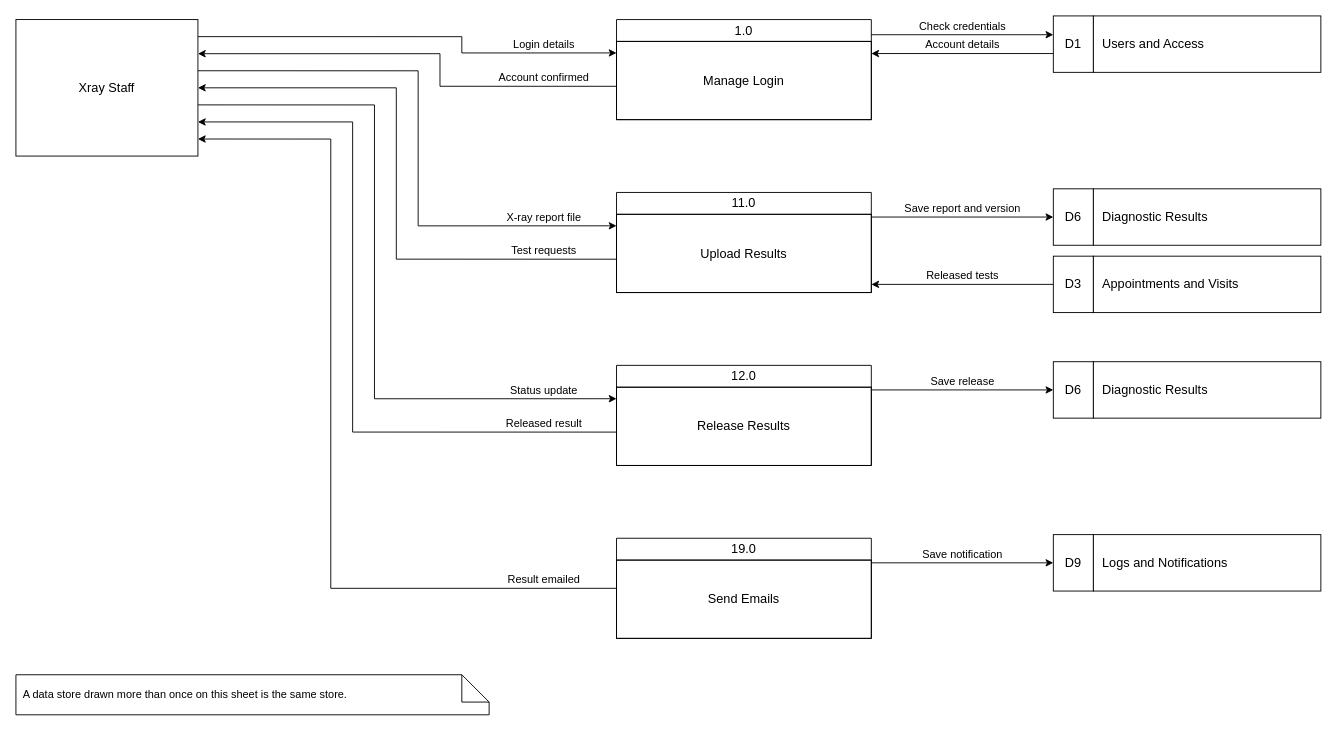
Before: page "Xray Staff" (7 of 8) of docs/diagrams/dfd-level1.drawio in Diazzzz-cpu/Enlogada-Clinic-Management-System, a draw.io diagram. Source tidied: cells renumbered, new cells numbered last; positions are measured from the earlier drawing's top-left corner, leaving out a move shared by most shapes. Both pictures are drawn from the tidied source at 91%, with x=0, y=0 at pixel (15, 15).
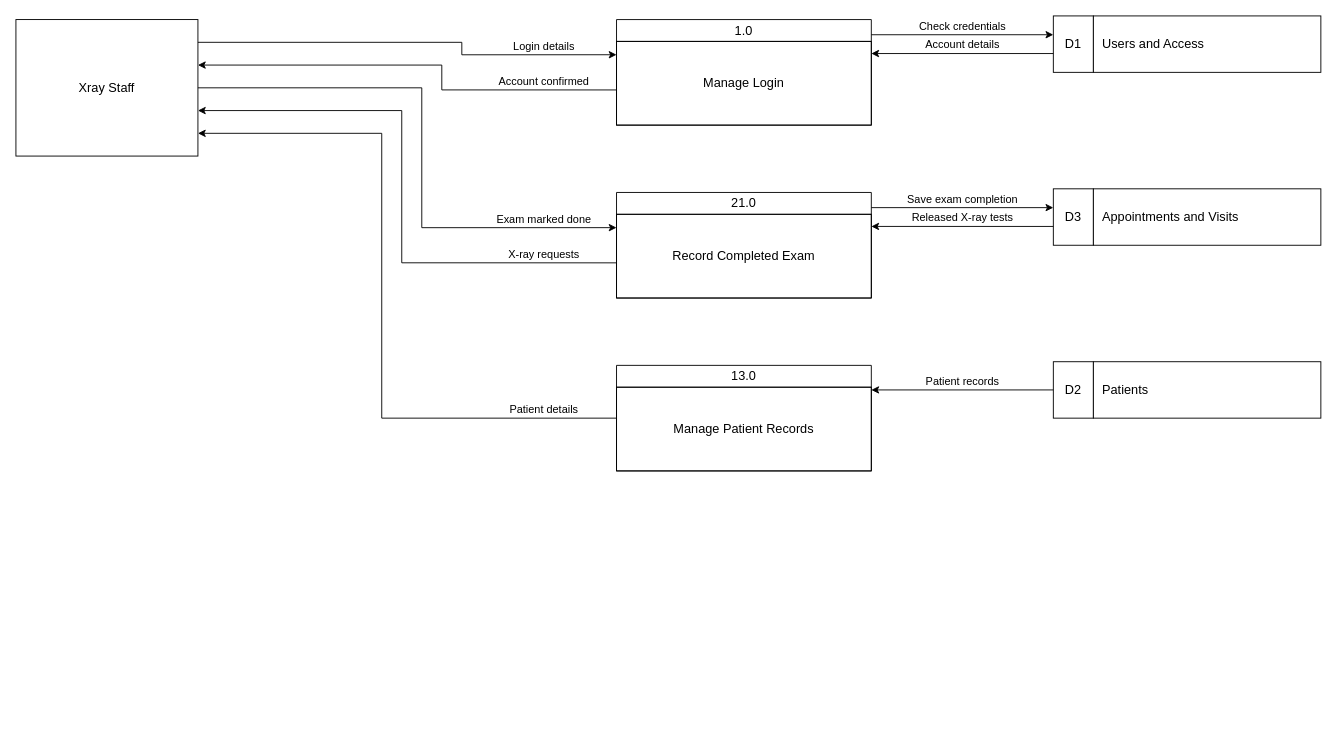
After the change.

The change refers to these unchanged cells:
```xml
<mxCell id="2" value="Xray Staff" style="rounded=0;whiteSpace=wrap;html=1;fontFamily=Helvetica;fontSize=14;fontColor=#000000;strokeColor=#000000;" parent="1" vertex="1">
  <mxGeometry y="4" width="200" height="150" as="geometry" />
</mxCell>
<mxCell id="7" value="D1" style="rounded=0;whiteSpace=wrap;html=1;align=center;fontFamily=Helvetica;fontSize=14;fontColor=#000000;strokeColor=#000000;" parent="1" vertex="1">
  <mxGeometry x="1140" width="44" height="62" as="geometry" />
</mxCell>
```

The edit, as a diff of the source:
```diff
@@
     <mxCell id="3" value="1.0" style="swimlane;whiteSpace=wrap;html=1;startSize=24;horizontal=1;fontStyle=0;fontFamily=Helvetica;fontSize=14;fontColor=#000000;strokeColor=#000000;" parent="1" vertex="1">
-      <mxGeometry x="660" y="4" width="280" height="110" as="geometry" />
+      <mxGeometry x="660" y="4" width="280" height="116" as="geometry" />
     </mxCell>
     <mxCell id="4" value="Manage Login" style="text;html=1;align=center;verticalAlign=middle;whiteSpace=wrap;fontFamily=Helvetica;fontSize=14;fontColor=#000000;strokeColor=#000000;" parent="3" vertex="1">
-      <mxGeometry y="24" width="280" height="86" as="geometry" />
+      <mxGeometry y="24" width="280" height="92" as="geometry" />
     </mxCell>
-    <mxCell id="5" value="Login details" style="edgeStyle=orthogonalEdgeStyle;rounded=0;html=1;verticalAlign=bottom;fontFamily=Helvetica;fontSize=12;fontColor=#000000;strokeColor=#000000;exitX=1;exitY=0.1250;exitDx=0;exitDy=0;entryX=0;entryY=0.3333;entryDx=0;entryDy=0;" parent="1" edge="1" source="2" target="3">
+    <mxCell id="5" value="Login details" style="edgeStyle=orthogonalEdgeStyle;rounded=0;html=1;verticalAlign=bottom;fontFamily=Helvetica;fontSize=12;fontColor=#000000;strokeColor=#000000;exitX=1;exitY=0.1667;exitDx=0;exitDy=0;entryX=0;entryY=0.3333;entryDx=0;entryDy=0;" parent="1" edge="1" source="2" target="3">
       <mxGeometry x="1" relative="1" as="geometry">
         <Array as="points">
-          <mxPoint x="490" y="22.8" />
-          <mxPoint x="490" y="40.7" />
+          <mxPoint x="490" y="29" />
+          <mxPoint x="490" y="42.7" />
         </Array>
         <mxPoint x="-80" as="offset" />
       </mxGeometry>
     </mxCell>
-    <mxCell id="6" value="Account confirmed" style="edgeStyle=orthogonalEdgeStyle;rounded=0;html=1;verticalAlign=bottom;fontFamily=Helvetica;fontSize=12;fontColor=#000000;strokeColor=#000000;exitX=0;exitY=0.6667;exitDx=0;exitDy=0;entryX=1;entryY=0.2500;entryDx=0;entryDy=0;" parent="1" edge="1" source="3" target="2">
+    <mxCell id="6" value="Account confirmed" style="edgeStyle=orthogonalEdgeStyle;rounded=0;html=1;verticalAlign=bottom;fontFamily=Helvetica;fontSize=12;fontColor=#000000;strokeColor=#000000;exitX=0;exitY=0.6667;exitDx=0;exitDy=0;entryX=1;entryY=0.3333;entryDx=0;entryDy=0;" parent="1" edge="1" source="3" target="2">
       <mxGeometry x="-1" relative="1" as="geometry">
         <Array as="points">
-          <mxPoint x="466" y="77.3" />
-          <mxPoint x="466" y="41.5" />
+          <mxPoint x="468" y="81.3" />
+          <mxPoint x="468" y="54" />
         </Array>
         <mxPoint x="-80" as="offset" />
       </mxGeometry>
     </mxCell>
@@
-    <mxCell id="9" value="Check credentials" style="edgeStyle=orthogonalEdgeStyle;rounded=0;html=1;verticalAlign=bottom;fontFamily=Helvetica;fontSize=12;fontColor=#000000;strokeColor=#000000;exitX=1;exitY=0.1515;exitDx=0;exitDy=0;entryX=0;entryY=0.3333;entryDx=0;entryDy=0;" parent="1" edge="1" source="3" target="7">
+    <mxCell id="9" value="Check credentials" style="edgeStyle=orthogonalEdgeStyle;rounded=0;html=1;verticalAlign=bottom;fontFamily=Helvetica;fontSize=12;fontColor=#000000;strokeColor=#000000;exitX=1;exitY=0.1437;exitDx=0;exitDy=0;entryX=0;entryY=0.3333;entryDx=0;entryDy=0;" parent="1" edge="1" source="3" target="7">
       <mxGeometry relative="1" as="geometry" />
     </mxCell>
-    <mxCell id="10" value="Account details" style="edgeStyle=orthogonalEdgeStyle;rounded=0;html=1;verticalAlign=bottom;fontFamily=Helvetica;fontSize=12;fontColor=#000000;strokeColor=#000000;exitX=0;exitY=0.6667;exitDx=0;exitDy=0;entryX=1;entryY=0.3394;entryDx=0;entryDy=0;" parent="1" edge="1" source="7" target="3">
+    <mxCell id="10" value="Account details" style="edgeStyle=orthogonalEdgeStyle;rounded=0;html=1;verticalAlign=bottom;fontFamily=Helvetica;fontSize=12;fontColor=#000000;strokeColor=#000000;exitX=0;exitY=0.6667;exitDx=0;exitDy=0;entryX=1;entryY=0.3218;entryDx=0;entryDy=0;" parent="1" edge="1" source="7" target="3">
       <mxGeometry relative="1" as="geometry" />
     </mxCell>
-    <mxCell id="11" value="11.0" style="swimlane;whiteSpace=wrap;html=1;startSize=24;horizontal=1;fontStyle=0;fontFamily=Helvetica;fontSize=14;fontColor=#000000;strokeColor=#000000;" parent="1" vertex="1">
-      <mxGeometry x="660" y="194" width="280" height="110" as="geometry" />
+    <mxCell id="11" value="21.0" style="swimlane;whiteSpace=wrap;html=1;startSize=24;horizontal=1;fontStyle=0;fontFamily=Helvetica;fontSize=14;fontColor=#000000;strokeColor=#000000;" parent="1" vertex="1">
+      <mxGeometry x="660" y="194" width="280" height="116" as="geometry" />
     </mxCell>
-    <mxCell id="12" value="Upload Results" style="text;html=1;align=center;verticalAlign=middle;whiteSpace=wrap;fontFamily=Helvetica;fontSize=14;fontColor=#000000;strokeColor=#000000;" parent="11" vertex="1">
-      <mxGeometry y="24" width="280" height="86" as="geometry" />
+    <mxCell id="12" value="Record Completed Exam" style="text;html=1;align=center;verticalAlign=middle;whiteSpace=wrap;fontFamily=Helvetica;fontSize=14;fontColor=#000000;strokeColor=#000000;" parent="11" vertex="1">
+      <mxGeometry y="24" width="280" height="92" as="geometry" />
     </mxCell>
-    <mxCell id="13" value="X-ray report file" style="edgeStyle=orthogonalEdgeStyle;rounded=0;html=1;verticalAlign=bottom;fontFamily=Helvetica;fontSize=12;fontColor=#000000;strokeColor=#000000;exitX=1;exitY=0.3750;exitDx=0;exitDy=0;entryX=0;entryY=0.3333;entryDx=0;entryDy=0;" parent="1" edge="1" source="2" target="11">
+    <mxCell id="13" value="Exam marked done" style="edgeStyle=orthogonalEdgeStyle;rounded=0;html=1;verticalAlign=bottom;fontFamily=Helvetica;fontSize=12;fontColor=#000000;strokeColor=#000000;exitX=1;exitY=0.5000;exitDx=0;exitDy=0;entryX=0;entryY=0.3333;entryDx=0;entryDy=0;" parent="1" edge="1" source="2" target="11">
       <mxGeometry x="1" relative="1" as="geometry">
         <Array as="points">
-          <mxPoint x="442" y="60.2" />
-          <mxPoint x="442" y="230.7" />
+          <mxPoint x="446" y="79" />
+          <mxPoint x="446" y="232.7" />
         </Array>
         <mxPoint x="-80" as="offset" />
       </mxGeometry>
     </mxCell>
-    <mxCell id="14" value="Test requests" style="edgeStyle=orthogonalEdgeStyle;rounded=0;html=1;verticalAlign=bottom;fontFamily=Helvetica;fontSize=12;fontColor=#000000;strokeColor=#000000;exitX=0;exitY=0.6667;exitDx=0;exitDy=0;entryX=1;entryY=0.5000;entryDx=0;entryDy=0;" parent="1" edge="1" source="11" target="2">
+    <mxCell id="14" value="X-ray requests" style="edgeStyle=orthogonalEdgeStyle;rounded=0;html=1;verticalAlign=bottom;fontFamily=Helvetica;fontSize=12;fontColor=#000000;strokeColor=#000000;exitX=0;exitY=0.6667;exitDx=0;exitDy=0;entryX=1;entryY=0.6667;entryDx=0;entryDy=0;" parent="1" edge="1" source="11" target="2">
       <mxGeometry x="-1" relative="1" as="geometry">
         <Array as="points">
-          <mxPoint x="418" y="267.3" />
-          <mxPoint x="418" y="79" />
+          <mxPoint x="424" y="271.3" />
+          <mxPoint x="424" y="104" />
         </Array>
         <mxPoint x="-80" as="offset" />
       </mxGeometry>
     </mxCell>
-    <mxCell id="15" value="D6" style="rounded=0;whiteSpace=wrap;html=1;align=center;fontFamily=Helvetica;fontSize=14;fontColor=#000000;strokeColor=#000000;" parent="1" vertex="1">
+    <mxCell id="15" value="D3" style="rounded=0;whiteSpace=wrap;html=1;align=center;fontFamily=Helvetica;fontSize=14;fontColor=#000000;strokeColor=#000000;" parent="1" vertex="1">
       <mxGeometry x="1140" y="190" width="44" height="62" as="geometry" />
     </mxCell>
-    <mxCell id="16" value="Diagnostic Results" style="rounded=0;whiteSpace=wrap;html=1;align=left;spacingLeft=8;fontFamily=Helvetica;fontSize=14;fontColor=#000000;strokeColor=#000000;" parent="1" vertex="1">
+    <mxCell id="16" value="Appointments and Visits" style="rounded=0;whiteSpace=wrap;html=1;align=left;spacingLeft=8;fontFamily=Helvetica;fontSize=14;fontColor=#000000;strokeColor=#000000;" parent="1" vertex="1">
       <mxGeometry x="1184" y="190" width="250" height="62" as="geometry" />
     </mxCell>
-    <mxCell id="17" value="Save report and version" style="edgeStyle=orthogonalEdgeStyle;rounded=0;html=1;verticalAlign=bottom;fontFamily=Helvetica;fontSize=12;fontColor=#000000;strokeColor=#000000;exitX=1;exitY=0.2455;exitDx=0;exitDy=0;entryX=0;entryY=0.5000;entryDx=0;entryDy=0;" parent="1" edge="1" source="11" target="15">
+    <mxCell id="17" value="Save exam completion" style="edgeStyle=orthogonalEdgeStyle;rounded=0;html=1;verticalAlign=bottom;fontFamily=Helvetica;fontSize=12;fontColor=#000000;strokeColor=#000000;exitX=1;exitY=0.1437;exitDx=0;exitDy=0;entryX=0;entryY=0.3333;entryDx=0;entryDy=0;" parent="1" edge="1" source="11" target="15">
       <mxGeometry relative="1" as="geometry" />
     </mxCell>
-    <mxCell id="18" value="D3" style="rounded=0;whiteSpace=wrap;html=1;align=center;fontFamily=Helvetica;fontSize=14;fontColor=#000000;strokeColor=#000000;" parent="1" vertex="1">
-      <mxGeometry x="1140" y="264" width="44" height="62" as="geometry" />
-    </mxCell>
+    <mxCell id="35" value="Released X-ray tests" style="edgeStyle=orthogonalEdgeStyle;rounded=0;html=1;verticalAlign=bottom;fontFamily=Helvetica;fontSize=12;fontColor=#000000;strokeColor=#000000;exitX=0;exitY=0.6667;exitDx=0;exitDy=0;entryX=1;entryY=0.3218;entryDx=0;entryDy=0;" parent="1" edge="1" source="15" target="11">
+      <mxGeometry relative="1" as="geometry" />
+    </mxCell>
-    <mxCell id="19" value="Appointments and Visits" style="rounded=0;whiteSpace=wrap;html=1;align=left;spacingLeft=8;fontFamily=Helvetica;fontSize=14;fontColor=#000000;strokeColor=#000000;" parent="1" vertex="1">
-      <mxGeometry x="1184" y="264" width="250" height="62" as="geometry" />
+    <mxCell id="19" value="13.0" style="swimlane;whiteSpace=wrap;html=1;startSize=24;horizontal=1;fontStyle=0;fontFamily=Helvetica;fontSize=14;fontColor=#000000;strokeColor=#000000;" parent="1" vertex="1">
+      <mxGeometry x="660" y="384" width="280" height="116" as="geometry" />
     </mxCell>
-    <mxCell id="20" value="Released tests" style="edgeStyle=orthogonalEdgeStyle;rounded=0;html=1;verticalAlign=bottom;fontFamily=Helvetica;fontSize=12;fontColor=#000000;strokeColor=#000000;exitX=0;exitY=0.5000;exitDx=0;exitDy=0;entryX=1;entryY=0.9182;entryDx=0;entryDy=0;" parent="1" edge="1" source="18" target="11">
-      <mxGeometry relative="1" as="geometry" />
-    </mxCell>
-    <mxCell id="21" value="12.0" style="swimlane;whiteSpace=wrap;html=1;startSize=24;horizontal=1;fontStyle=0;fontFamily=Helvetica;fontSize=14;fontColor=#000000;strokeColor=#000000;" parent="1" vertex="1">
-      <mxGeometry x="660" y="384" width="280" height="110" as="geometry" />
-    </mxCell>
+    <mxCell id="36" value="Manage Patient Records" style="text;html=1;align=center;verticalAlign=middle;whiteSpace=wrap;fontFamily=Helvetica;fontSize=14;fontColor=#000000;strokeColor=#000000;" parent="19" vertex="1">
+      <mxGeometry y="24" width="280" height="92" as="geometry" />
+    </mxCell>
+    <mxCell id="37" value="Patient details" style="edgeStyle=orthogonalEdgeStyle;rounded=0;html=1;verticalAlign=bottom;fontFamily=Helvetica;fontSize=12;fontColor=#000000;strokeColor=#000000;exitX=0;exitY=0.5000;exitDx=0;exitDy=0;entryX=1;entryY=0.8333;entryDx=0;entryDy=0;" parent="1" edge="1" source="19" target="2">
+      <mxGeometry x="-1" relative="1" as="geometry">
+        <Array as="points">
+          <mxPoint x="402" y="442" />
+          <mxPoint x="402" y="129" />
+        </Array>
+        <mxPoint x="-80" as="offset" />
+      </mxGeometry>
+    </mxCell>
-    <mxCell id="22" value="Release Results" style="text;html=1;align=center;verticalAlign=middle;whiteSpace=wrap;fontFamily=Helvetica;fontSize=14;fontColor=#000000;strokeColor=#000000;" parent="21" vertex="1">
-      <mxGeometry y="24" width="280" height="86" as="geometry" />
+    <mxCell id="22" value="D2" style="rounded=0;whiteSpace=wrap;html=1;align=center;fontFamily=Helvetica;fontSize=14;fontColor=#000000;strokeColor=#000000;" parent="1" vertex="1">
+      <mxGeometry x="1140" y="380" width="44" height="62" as="geometry" />
     </mxCell>
-    <mxCell id="23" value="Status update" style="edgeStyle=orthogonalEdgeStyle;rounded=0;html=1;verticalAlign=bottom;fontFamily=Helvetica;fontSize=12;fontColor=#000000;strokeColor=#000000;exitX=1;exitY=0.6250;exitDx=0;exitDy=0;entryX=0;entryY=0.3333;entryDx=0;entryDy=0;" parent="1" edge="1" source="2" target="21">
-      <mxGeometry x="1" relative="1" as="geometry">
-        <Array as="points">
-          <mxPoint x="394" y="97.8" />
-          <mxPoint x="394" y="420.7" />
-        </Array>
-        <mxPoint x="-80" as="offset" />
-      </mxGeometry>
-    </mxCell>
+    <mxCell id="38" value="Patients" style="rounded=0;whiteSpace=wrap;html=1;align=left;spacingLeft=8;fontFamily=Helvetica;fontSize=14;fontColor=#000000;strokeColor=#000000;" parent="1" vertex="1">
+      <mxGeometry x="1184" y="380" width="250" height="62" as="geometry" />
+    </mxCell>
-    <mxCell id="24" value="Released result" style="edgeStyle=orthogonalEdgeStyle;rounded=0;html=1;verticalAlign=bottom;fontFamily=Helvetica;fontSize=12;fontColor=#000000;strokeColor=#000000;exitX=0;exitY=0.6667;exitDx=0;exitDy=0;entryX=1;entryY=0.7500;entryDx=0;entryDy=0;" parent="1" edge="1" source="21" target="2">
-      <mxGeometry x="-1" relative="1" as="geometry">
-        <Array as="points">
-          <mxPoint x="370" y="457.3" />
-          <mxPoint x="370" y="116.5" />
-        </Array>
-        <mxPoint x="-80" as="offset" />
-      </mxGeometry>
+    <mxCell id="24" value="Patient records" style="edgeStyle=orthogonalEdgeStyle;rounded=0;html=1;verticalAlign=bottom;fontFamily=Helvetica;fontSize=12;fontColor=#000000;strokeColor=#000000;exitX=0;exitY=0.5000;exitDx=0;exitDy=0;entryX=1;entryY=0.2328;entryDx=0;entryDy=0;" parent="1" edge="1" source="22" target="19">
+      <mxGeometry relative="1" as="geometry" />
     </mxCell>
-    <mxCell id="25" value="D6" style="rounded=0;whiteSpace=wrap;html=1;align=center;fontFamily=Helvetica;fontSize=14;fontColor=#000000;strokeColor=#000000;" parent="1" vertex="1">
-      <mxGeometry x="1140" y="380" width="44" height="62" as="geometry" />
-    </mxCell>
-    <mxCell id="26" value="Diagnostic Results" style="rounded=0;whiteSpace=wrap;html=1;align=left;spacingLeft=8;fontFamily=Helvetica;fontSize=14;fontColor=#000000;strokeColor=#000000;" parent="1" vertex="1">
-      <mxGeometry x="1184" y="380" width="250" height="62" as="geometry" />
-    </mxCell>
-    <mxCell id="27" value="Save release" style="edgeStyle=orthogonalEdgeStyle;rounded=0;html=1;verticalAlign=bottom;fontFamily=Helvetica;fontSize=12;fontColor=#000000;strokeColor=#000000;exitX=1;exitY=0.2455;exitDx=0;exitDy=0;entryX=0;entryY=0.5000;entryDx=0;entryDy=0;" parent="1" edge="1" source="21" target="25">
-      <mxGeometry relative="1" as="geometry" />
-    </mxCell>
-    <mxCell id="28" value="19.0" style="swimlane;whiteSpace=wrap;html=1;startSize=24;horizontal=1;fontStyle=0;fontFamily=Helvetica;fontSize=14;fontColor=#000000;strokeColor=#000000;" parent="1" vertex="1">
-      <mxGeometry x="660" y="574" width="280" height="110" as="geometry" />
-    </mxCell>
-    <mxCell id="29" value="Send Emails" style="text;html=1;align=center;verticalAlign=middle;whiteSpace=wrap;fontFamily=Helvetica;fontSize=14;fontColor=#000000;strokeColor=#000000;" parent="28" vertex="1">
-      <mxGeometry y="24" width="280" height="86" as="geometry" />
-    </mxCell>
-    <mxCell id="30" value="Result emailed" style="edgeStyle=orthogonalEdgeStyle;rounded=0;html=1;verticalAlign=bottom;fontFamily=Helvetica;fontSize=12;fontColor=#000000;strokeColor=#000000;exitX=0;exitY=0.5000;exitDx=0;exitDy=0;entryX=1;entryY=0.8750;entryDx=0;entryDy=0;" parent="1" edge="1" source="28" target="2">
-      <mxGeometry x="-1" relative="1" as="geometry">
-        <Array as="points">
-          <mxPoint x="346" y="629" />
-          <mxPoint x="346" y="135.2" />
-        </Array>
-        <mxPoint x="-80" as="offset" />
-      </mxGeometry>
-    </mxCell>
-    <mxCell id="31" value="D9" style="rounded=0;whiteSpace=wrap;html=1;align=center;fontFamily=Helvetica;fontSize=14;fontColor=#000000;strokeColor=#000000;" parent="1" vertex="1">
-      <mxGeometry x="1140" y="570" width="44" height="62" as="geometry" />
-    </mxCell>
-    <mxCell id="32" value="Logs and Notifications" style="rounded=0;whiteSpace=wrap;html=1;align=left;spacingLeft=8;fontFamily=Helvetica;fontSize=14;fontColor=#000000;strokeColor=#000000;" parent="1" vertex="1">
-      <mxGeometry x="1184" y="570" width="250" height="62" as="geometry" />
-    </mxCell>
-    <mxCell id="33" value="Save notification" style="edgeStyle=orthogonalEdgeStyle;rounded=0;html=1;verticalAlign=bottom;fontFamily=Helvetica;fontSize=12;fontColor=#000000;strokeColor=#000000;exitX=1;exitY=0.2455;exitDx=0;exitDy=0;entryX=0;entryY=0.5000;entryDx=0;entryDy=0;" parent="1" edge="1" source="28" target="31">
-      <mxGeometry relative="1" as="geometry" />
-    </mxCell>
-    <mxCell id="34" value="A data store drawn more than once on this sheet is the same store." style="shape=note;whiteSpace=wrap;html=1;backgroundOutline=1;fillColor=none;strokeColor=#000000;align=left;spacingLeft=6;fontFamily=Helvetica;fontSize=12;fontColor=#000000;strokeColor=#000000;" parent="1" vertex="1">
-      <mxGeometry y="724" width="520" height="44" as="geometry" />
-    </mxCell>
```
